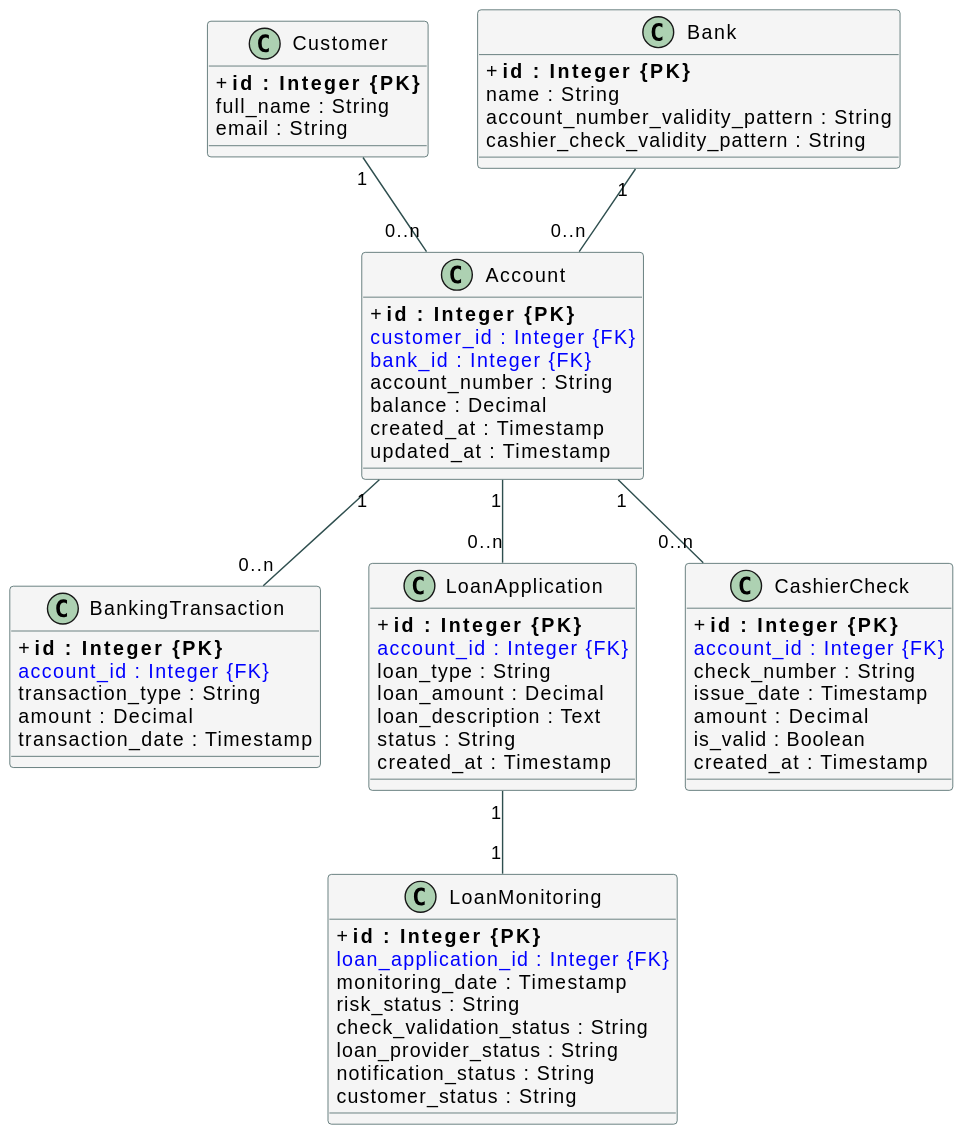
Earlier version of the PlantUML export Documentation/Database/database.svg (LouisChrl/Loan-Simulation-Service). Its diagram source:
```plantuml
@startuml
skinparam classAttributeIconSize 0
skinparam class {
  BackgroundColor WhiteSmoke
  BorderColor DarkSlateGray
  ArrowColor DarkSlateGray
}

class Customer {
  + **id : Integer {PK}**
  full_name : String
  email : String
}

class Bank {
  + **id : Integer {PK}**
  name : String
  account_number_validity_pattern : String
  cashier_check_validity_pattern : String
}

class Account {
  + **id : Integer {PK}**
  <color:Blue>customer_id : Integer {FK}</color>
  <color:Blue>bank_id : Integer {FK}</color>
  account_number : String
  balance : Decimal
  created_at : Timestamp
  updated_at : Timestamp
}

class BankingTransaction {
  + **id : Integer {PK}**
  <color:Blue>account_id : Integer {FK}</color>
  transaction_type : String
  amount : Decimal
  transaction_date : Timestamp
}

class LoanApplication {
  + **id : Integer {PK}**
  <color:Blue>account_id : Integer {FK}</color>
  loan_type : String
  loan_amount : Decimal
  loan_description : Text
  status : String
  created_at : Timestamp
}

class CashierCheck {
  + **id : Integer {PK}**
  <color:Blue>account_id : Integer {FK}</color>
  check_number : String
  issue_date : Timestamp
  amount : Decimal
  is_valid : Boolean
  created_at : Timestamp
}

class LoanMonitoring {
  + **id : Integer {PK}**
  <color:Blue>loan_application_id : Integer {FK}</color>
  monitoring_date : Timestamp
  risk_status : String
  check_validation_status : String
  loan_provider_status : String
  notification_status : String
  customer_status : String
}

Customer "1" -- "0..n" Account
Bank "1" -- "0..n" Account
Account "1" -- "0..n" BankingTransaction
Account "1" -- "0..n" CashierCheck
Account "1" -- "0..n" LoanApplication
LoanApplication "1" -- "1" LoanMonitoring
@enduml
```
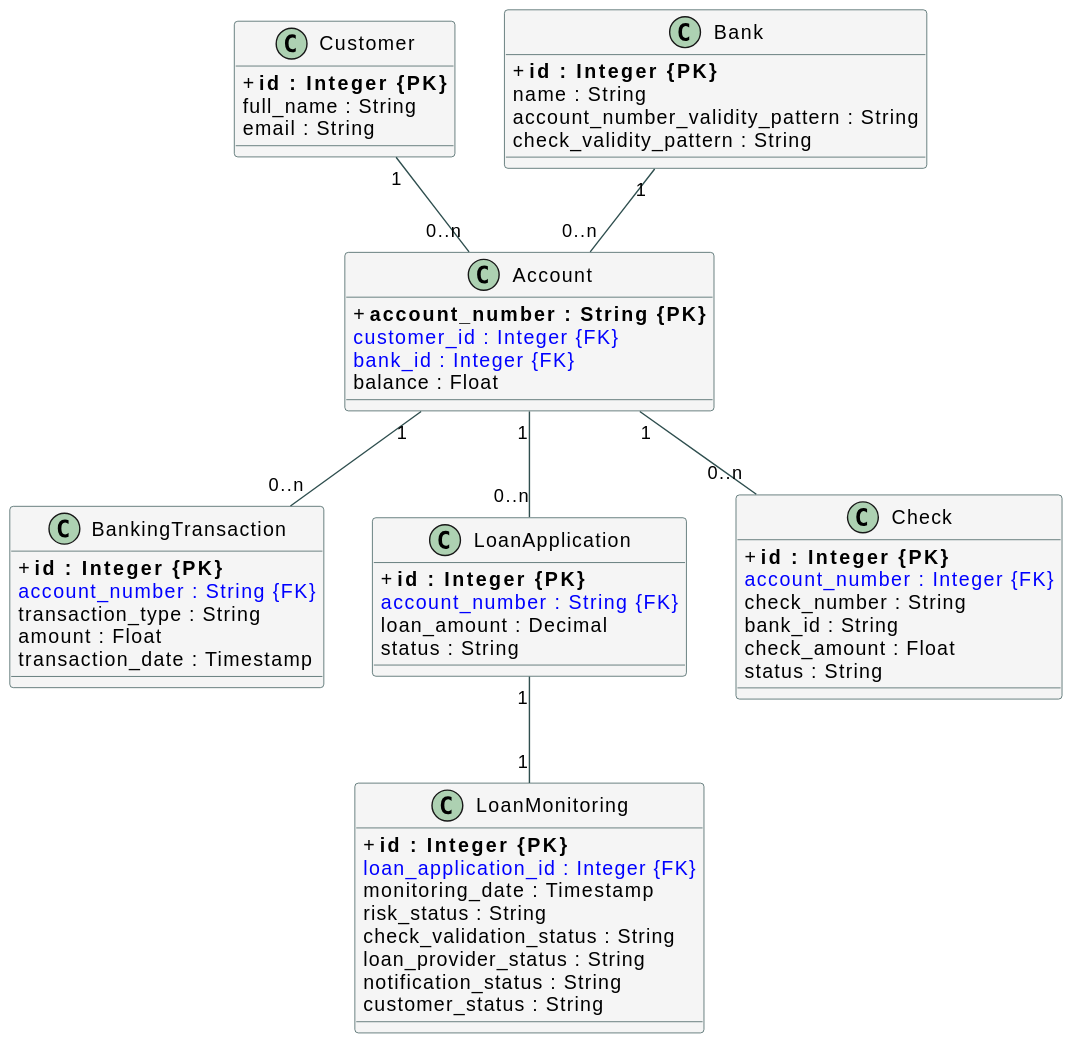
After the commit.

Commit message:
Updated Database structure

Change to the diagram source:
```diff
@@ -16,45 +16,38 @@
   + **id : Integer {PK}**
   name : String
   account_number_validity_pattern : String
-  cashier_check_validity_pattern : String
+  check_validity_pattern : String
 }
 
 class Account {
-  + **id : Integer {PK}**
+  + **account_number : String {PK}**
   <color:Blue>customer_id : Integer {FK}</color>
   <color:Blue>bank_id : Integer {FK}</color>
-  account_number : String
-  balance : Decimal
-  created_at : Timestamp
-  updated_at : Timestamp
+  balance : Float
 }
 
 class BankingTransaction {
   + **id : Integer {PK}**
-  <color:Blue>account_id : Integer {FK}</color>
+  <color:Blue>account_number : String {FK}</color>
   transaction_type : String
-  amount : Decimal
+  amount : Float
   transaction_date : Timestamp
 }
 
 class LoanApplication {
   + **id : Integer {PK}**
-  <color:Blue>account_id : Integer {FK}</color>
-  loan_type : String
+  <color:Blue>account_number : String {FK}</color>
   loan_amount : Decimal
-  loan_description : Text
   status : String
-  created_at : Timestamp
 }
 
-class CashierCheck {
+class Check {
   + **id : Integer {PK}**
-  <color:Blue>account_id : Integer {FK}</color>
+  <color:Blue>account_number : Integer {FK}</color>
   check_number : String
-  issue_date : Timestamp
-  amount : Decimal
-  is_valid : Boolean
-  created_at : Timestamp
+  bank_id : String
+  check_amount : Float
+  status : String
 }
 
 class LoanMonitoring {
@@ -71,7 +64,7 @@
 Customer "1" -- "0..n" Account
 Bank "1" -- "0..n" Account
 Account "1" -- "0..n" BankingTransaction
-Account "1" -- "0..n" CashierCheck
+Account "1" -- "0..n" Check
 Account "1" -- "0..n" LoanApplication
 LoanApplication "1" -- "1" LoanMonitoring
 @enduml
```
